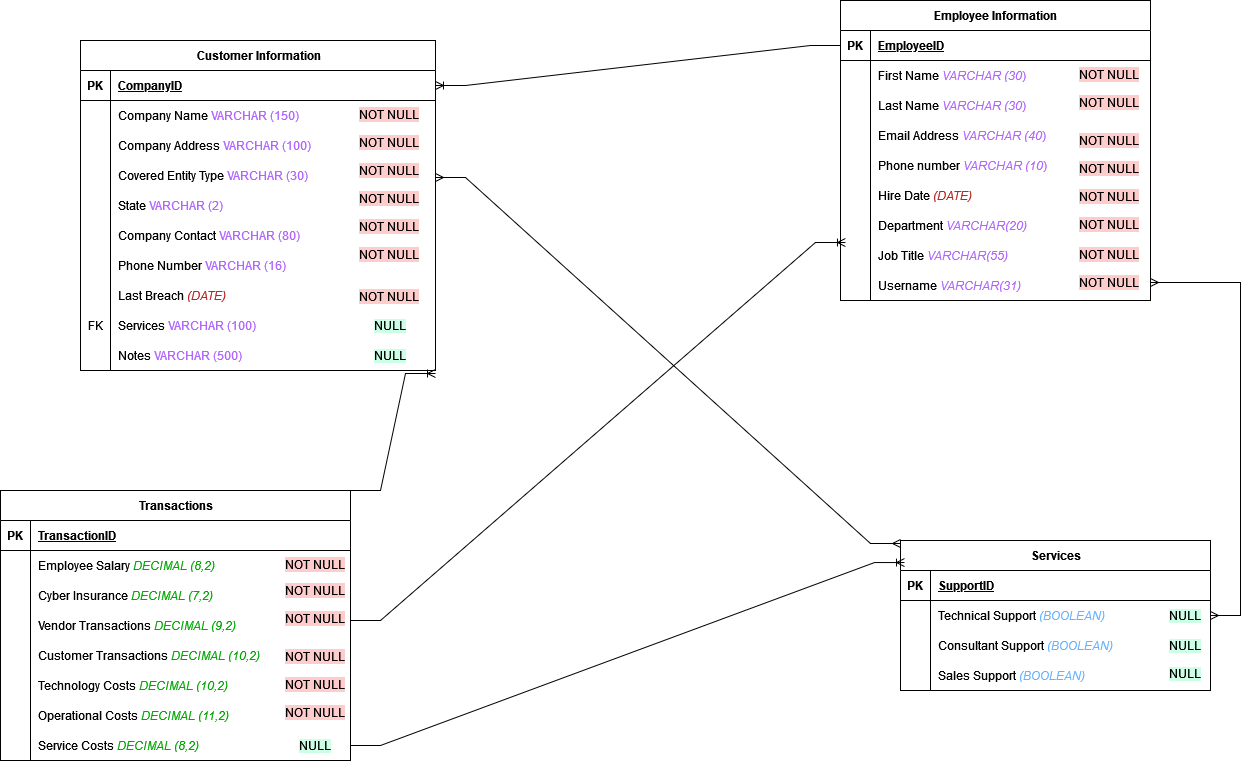
Above: business_operations.drawio.png in Kaycaitt/Capstone_1 (draw.io), before the change. Source tidied: cells renumbered, new cells last; positions are measured from the earlier drawing's top-left corner, leaving out a move shared by most shapes.
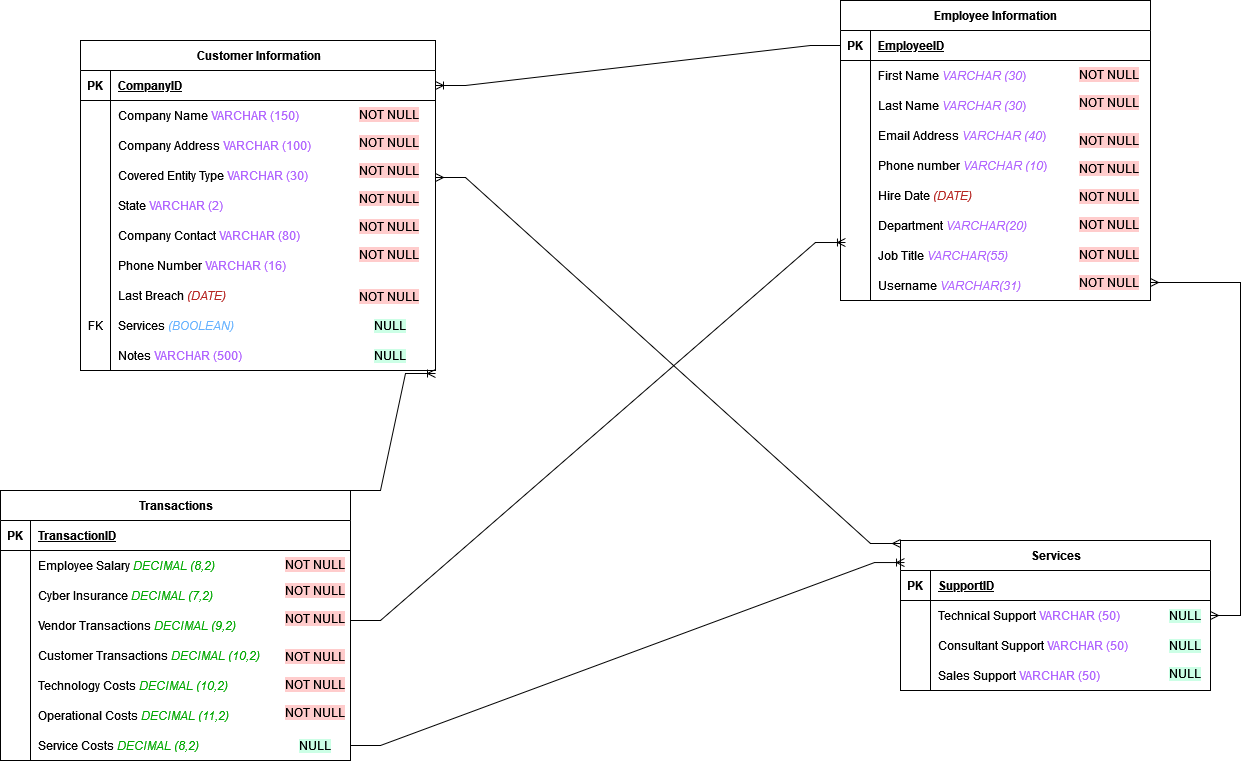
The same file after the commit.

The edit, as a diff of the source:
```diff
@@ -296,7 +296,7 @@
     <mxCell id="99" value="FK" style="shape=partialRectangle;fillColor=none;top=0;left=0;bottom=0;right=0;overflow=hidden;whiteSpace=wrap;html=1;" parent="98" vertex="1">
       <mxGeometry width="30" height="30" as="geometry" />
     </mxCell>
-    <mxCell id="100" value="Services &lt;font color=&quot;#b266ff&quot;&gt;VARCHAR (100)&lt;/font&gt;" style="shape=partialRectangle;fillColor=none;top=0;left=0;bottom=0;right=0;align=left;spacingLeft=6;overflow=hidden;whiteSpace=wrap;html=1;" parent="98" vertex="1">
+    <mxCell id="100" value="Services &lt;i&gt;&lt;font color=&quot;#66b2ff&quot;&gt;(BOOLEAN)&lt;/font&gt;&lt;/i&gt;" style="shape=partialRectangle;fillColor=none;top=0;left=0;bottom=0;right=0;align=left;spacingLeft=6;overflow=hidden;whiteSpace=wrap;html=1;" parent="98" vertex="1">
       <mxGeometry x="30" width="325" height="30" as="geometry" />
     </mxCell>
     <mxCell id="101" style="shape=tableRow;horizontal=0;startSize=0;swimlaneHead=0;swimlaneBody=0;fillColor=none;points=[[0,0.5],[1,0.5]];portConstraint=eastwest;top=0;left=0;right=0;bottom=0;" parent="73" vertex="1">
@@ -356,7 +356,7 @@
     <mxCell id="119" style="shape=partialRectangle;fillColor=none;top=0;left=0;bottom=0;right=0;overflow=hidden;whiteSpace=wrap;html=1;" parent="118" vertex="1">
       <mxGeometry width="30" height="30" as="geometry" />
     </mxCell>
-    <mxCell id="120" value="Technical Support&lt;i&gt; &lt;font color=&quot;#66b2ff&quot;&gt;(BOOLEAN)&lt;/font&gt;&lt;/i&gt;" style="shape=partialRectangle;fillColor=none;top=0;left=0;bottom=0;right=0;align=left;spacingLeft=6;overflow=hidden;whiteSpace=wrap;html=1;" parent="118" vertex="1">
+    <mxCell id="120" value="Technical Support&lt;i&gt; &lt;/i&gt;&lt;font color=&quot;#b266ff&quot;&gt;VARCHAR (50)&lt;/font&gt;" style="shape=partialRectangle;fillColor=none;top=0;left=0;bottom=0;right=0;align=left;spacingLeft=6;overflow=hidden;whiteSpace=wrap;html=1;" parent="118" vertex="1">
       <mxGeometry x="30" width="280" height="30" as="geometry" />
     </mxCell>
     <mxCell id="121" style="shape=tableRow;horizontal=0;startSize=0;swimlaneHead=0;swimlaneBody=0;fillColor=none;top=0;left=0;right=0;bottom=0;" parent="114" vertex="1">
@@ -365,7 +365,7 @@
     <mxCell id="122" style="shape=partialRectangle;fillColor=none;top=0;left=0;bottom=0;right=0;overflow=hidden;whiteSpace=wrap;html=1;" parent="121" vertex="1">
       <mxGeometry width="30" height="30" as="geometry" />
     </mxCell>
-    <mxCell id="123" value="Consultant Support &lt;i&gt;&lt;font color=&quot;#66b2ff&quot;&gt;(BOOLEAN)&lt;/font&gt;&lt;/i&gt;" style="shape=partialRectangle;fillColor=none;top=0;left=0;bottom=0;right=0;align=left;spacingLeft=6;overflow=hidden;whiteSpace=wrap;html=1;" parent="121" vertex="1">
+    <mxCell id="123" value="Consultant Support&lt;font color=&quot;#b266ff&quot;&gt; VARCHAR (50)&lt;/font&gt;" style="shape=partialRectangle;fillColor=none;top=0;left=0;bottom=0;right=0;align=left;spacingLeft=6;overflow=hidden;whiteSpace=wrap;html=1;" parent="121" vertex="1">
       <mxGeometry x="30" width="280" height="30" as="geometry" />
     </mxCell>
     <mxCell id="124" style="shape=tableRow;horizontal=0;startSize=0;swimlaneHead=0;swimlaneBody=0;fillColor=none;top=0;left=0;right=0;bottom=0;" parent="114" vertex="1">
@@ -374,7 +374,7 @@
     <mxCell id="125" style="shape=partialRectangle;fillColor=none;top=0;left=0;bottom=0;right=0;overflow=hidden;whiteSpace=wrap;html=1;" parent="124" vertex="1">
       <mxGeometry width="30" height="30" as="geometry" />
     </mxCell>
-    <mxCell id="126" value="Sales Support &lt;i&gt;&lt;font color=&quot;#66b2ff&quot;&gt;(BOOLEAN)&lt;/font&gt;&lt;/i&gt;" style="shape=partialRectangle;fillColor=none;top=0;left=0;bottom=0;right=0;align=left;spacingLeft=6;overflow=hidden;whiteSpace=wrap;html=1;" parent="124" vertex="1">
+    <mxCell id="126" value="Sales Support &lt;font color=&quot;#b266ff&quot;&gt;VARCHAR (50)&lt;/font&gt;" style="shape=partialRectangle;fillColor=none;top=0;left=0;bottom=0;right=0;align=left;spacingLeft=6;overflow=hidden;whiteSpace=wrap;html=1;" parent="124" vertex="1">
       <mxGeometry x="30" width="280" height="30" as="geometry" />
     </mxCell>
     <mxCell id="127" value="&lt;span style=&quot;background-color: rgb(204, 255, 230);&quot;&gt;NULL&lt;/span&gt;" style="text;html=1;align=center;verticalAlign=middle;whiteSpace=wrap;rounded=0;" parent="113" vertex="1">
```
